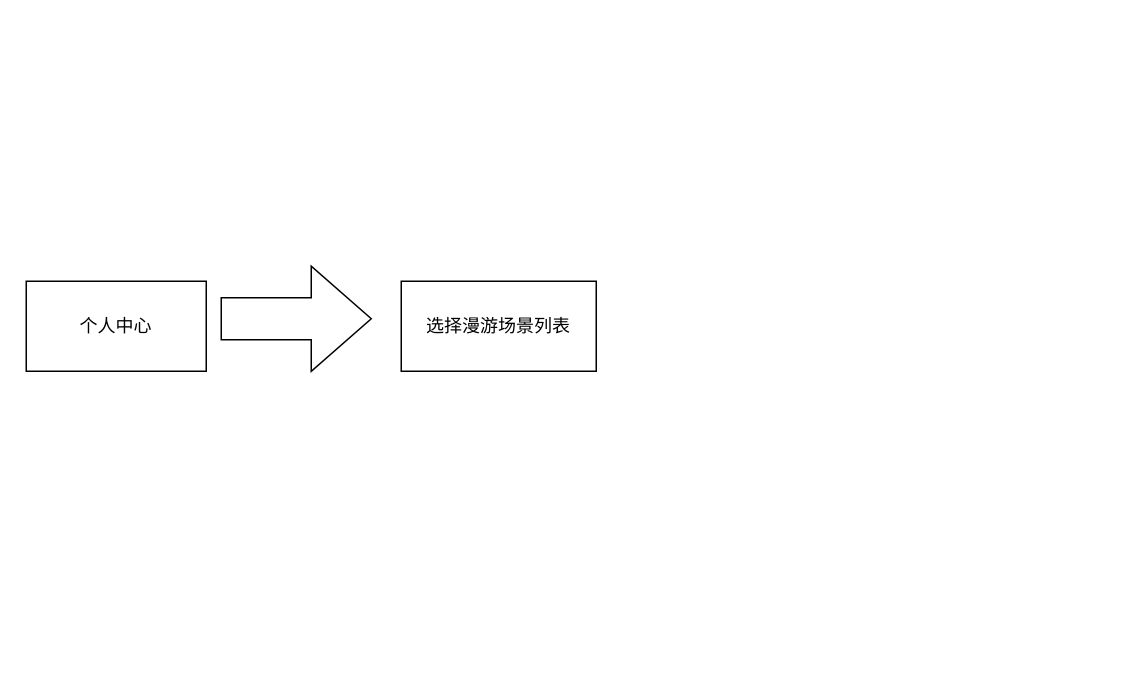
The draw.io diagram 未命名绘图.drawio in houtingkai/draw, before the edit. Source tidied: cells renumbered, new cells numbered last; positions are measured from the earlier drawing's top-left corner, leaving out a move shared by most shapes. Both pictures are drawn from the tidied source at 150%, with x=0, y=0 at pixel (26, 266).
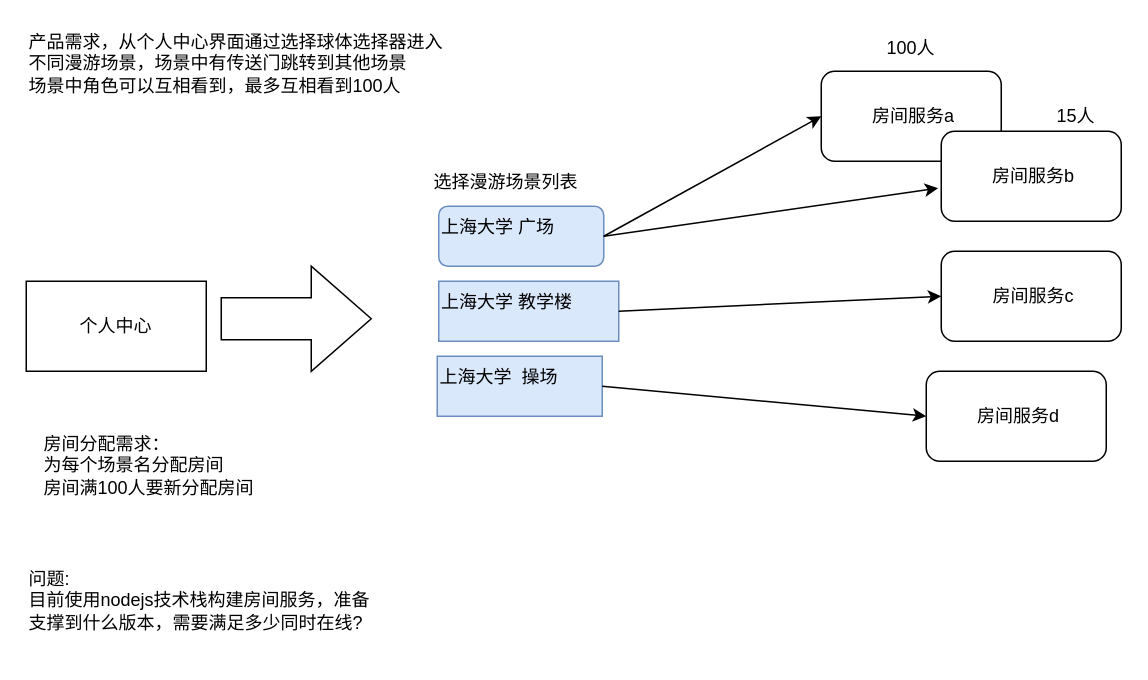
Above is the later version.

Commit message:
更新未命名绘图.drawio

Diff of the diagram source:
```diff
@@
+    <mxCell id="4" style="html=1;shadow=0;dashed=0;align=center;verticalAlign=middle;shape=mxgraph.arrows2.arrow;dy=0.6;dx=40;notch=0;" parent="1" vertex="1">
+      <mxGeometry x="130" width="100" height="70" as="geometry" />
+    </mxCell>
+    <mxCell id="5" value="&amp;nbsp;房间服务a" style="rounded=1;whiteSpace=wrap;html=1;" parent="1" vertex="1">
+      <mxGeometry x="530" y="-130" width="120" height="60" as="geometry" />
+    </mxCell>
+    <mxCell id="6" value="&amp;nbsp;房间服务b" style="rounded=1;whiteSpace=wrap;html=1;" parent="1" vertex="1">
+      <mxGeometry x="610" y="-90" width="120" height="60" as="geometry" />
+    </mxCell>
+    <mxCell id="7" value="&amp;nbsp;房间服务c" style="rounded=1;whiteSpace=wrap;html=1;" parent="1" vertex="1">
+      <mxGeometry x="610" y="-10" width="120" height="60" as="geometry" />
+    </mxCell>
+    <mxCell id="8" value="&amp;nbsp;房间服务d" style="rounded=1;whiteSpace=wrap;html=1;" parent="1" vertex="1">
+      <mxGeometry x="600" y="70" width="120" height="60" as="geometry" />
+    </mxCell>
+    <mxCell id="9" value="房间分配需求：&lt;div&gt;为每个场景名分配房间&lt;/div&gt;&lt;div&gt;房间满100人要新分配房间&lt;br&gt;&lt;div&gt;&lt;br&gt;&lt;/div&gt;&lt;/div&gt;" style="text;html=1;align=left;verticalAlign=middle;whiteSpace=wrap;rounded=0;" parent="1" vertex="1">
+      <mxGeometry x="10" y="110" width="340" height="60" as="geometry" />
+    </mxCell>
+    <mxCell id="10" value="100人" style="text;html=1;align=center;verticalAlign=middle;whiteSpace=wrap;rounded=0;" parent="1" vertex="1">
+      <mxGeometry x="560" y="-160" width="60" height="30" as="geometry" />
+    </mxCell>
+    <mxCell id="11" value="15人" style="text;html=1;align=center;verticalAlign=middle;whiteSpace=wrap;rounded=0;" parent="1" vertex="1">
+      <mxGeometry x="670" y="-115" width="60" height="30" as="geometry" />
+    </mxCell>
-    <mxCell id="3" value="选择漫游场景列表" style="rounded=0;whiteSpace=wrap;html=1;" parent="1" vertex="1">
-      <mxGeometry x="250" y="10" width="130" height="60" as="geometry" />
+    <mxCell id="3" value="选择漫游场景列表" style="text;whiteSpace=wrap;" parent="1" vertex="1">
+      <mxGeometry x="270" y="-70" width="130" height="40" as="geometry" />
     </mxCell>
-    <mxCell id="4" style="html=1;shadow=0;dashed=0;align=center;verticalAlign=middle;shape=mxgraph.arrows2.arrow;dy=0.6;dx=40;notch=0;" parent="1" vertex="1">
-      <mxGeometry x="130" width="100" height="70" as="geometry" />
-    </mxCell>
+    <mxCell id="12" value="上海大学 广场" style="text;whiteSpace=wrap;rounded=1;fillColor=#dae8fc;strokeColor=#6c8ebf;" parent="1" vertex="1">
+      <mxGeometry x="275" y="-40" width="110" height="40" as="geometry" />
+    </mxCell>
+    <mxCell id="13" value="上海大学 教学楼" style="text;whiteSpace=wrap;fillColor=#dae8fc;strokeColor=#6c8ebf;" parent="1" vertex="1">
+      <mxGeometry x="275" y="10" width="120" height="40" as="geometry" />
+    </mxCell>
+    <mxCell id="14" value="上海大学  操场" style="text;whiteSpace=wrap;fillColor=#dae8fc;strokeColor=#6c8ebf;" parent="1" vertex="1">
+      <mxGeometry x="274" y="60" width="110" height="40" as="geometry" />
+    </mxCell>
+    <mxCell id="15" style="endArrow=classic;html=1;rounded=0;entryX=0;entryY=0.5;entryDx=0;entryDy=0;exitX=1;exitY=0.5;exitDx=0;exitDy=0;" parent="1" edge="1" source="12" target="5">
+      <mxGeometry relative="1" as="geometry" />
+    </mxCell>
+    <mxCell id="16" style="endArrow=classic;html=1;rounded=0;exitX=1;exitY=0.5;exitDx=0;exitDy=0;entryX=-0.017;entryY=0.633;entryDx=0;entryDy=0;entryPerimeter=0;" parent="1" edge="1" source="12" target="6">
+      <mxGeometry relative="1" as="geometry" />
+    </mxCell>
+    <mxCell id="17" style="endArrow=classic;html=1;rounded=0;entryX=0;entryY=0.5;entryDx=0;entryDy=0;exitX=1;exitY=0.5;exitDx=0;exitDy=0;" parent="1" edge="1" source="13" target="7">
+      <mxGeometry relative="1" as="geometry" />
+    </mxCell>
+    <mxCell id="18" style="endArrow=classic;html=1;rounded=0;entryX=0;entryY=0.5;entryDx=0;entryDy=0;exitX=1;exitY=0.5;exitDx=0;exitDy=0;" parent="1" edge="1" source="14" target="8">
+      <mxGeometry relative="1" as="geometry" />
+    </mxCell>
+    <mxCell id="19" value="产品需求，从个人中心界面通过选择球体选择器进入不同漫游场景，场景中有传送门跳转到其他场景&lt;div&gt;场景中角色可以互相看到，最多互相看到100人&lt;/div&gt;" style="text;html=1;align=left;verticalAlign=middle;whiteSpace=wrap;rounded=0;" parent="1" vertex="1">
+      <mxGeometry y="-150" width="280" height="30" as="geometry" />
+    </mxCell>
+    <mxCell id="20" value="问题:&amp;nbsp;&lt;div&gt;目前使用nodejs技术栈构建房间服务，准备支撑到什么版本，需要满足多少同时在线?&lt;/div&gt;&lt;div&gt;&lt;br&gt;&lt;/div&gt;" style="text;html=1;align=left;verticalAlign=middle;whiteSpace=wrap;rounded=0;" parent="1" vertex="1">
+      <mxGeometry y="220" width="230" height="20" as="geometry" />
+    </mxCell>
```
